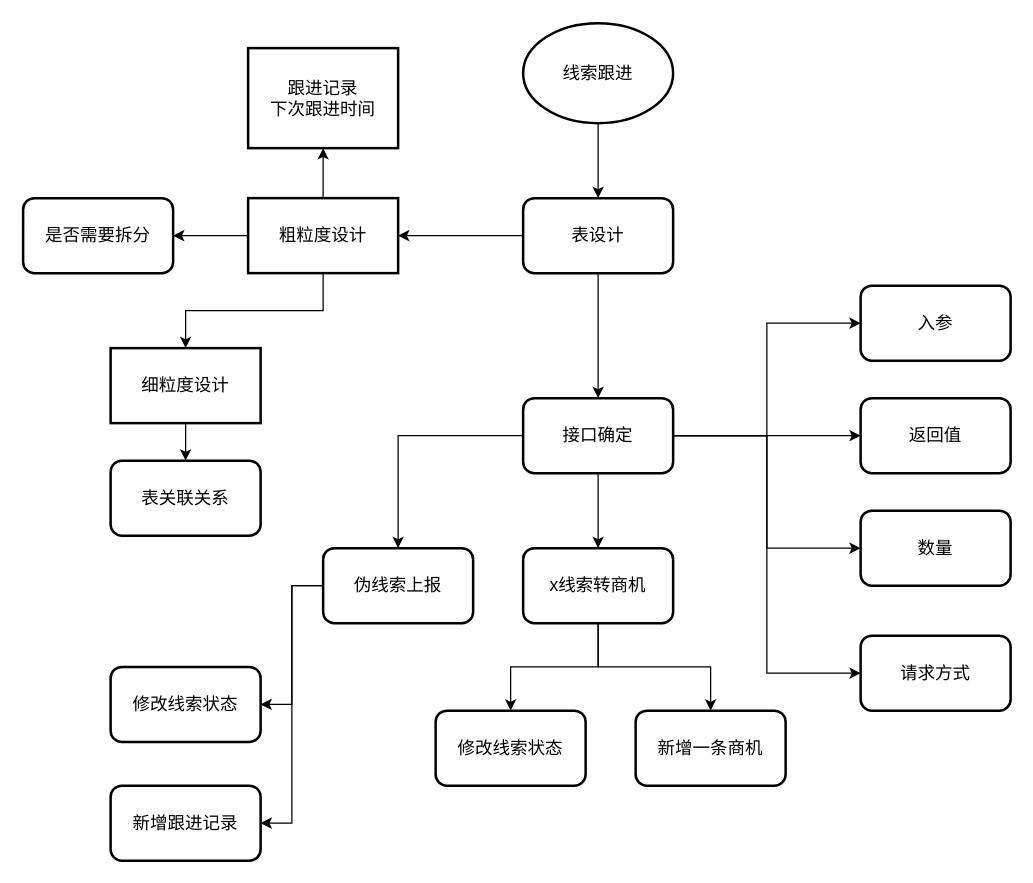
This is study_workplace/CRM/线索跟进业务逻辑梳理图.drawio from guoxinchen2g/HelloWrold, a draw.io file, before an edit. Source tidied: cells renumbered, new cells numbered last; positions are measured from the earlier drawing's top-left corner, leaving out a move shared by most shapes. Both pictures are drawn from the tidied source at 125%, with x=0, y=0 at pixel (22, 22).
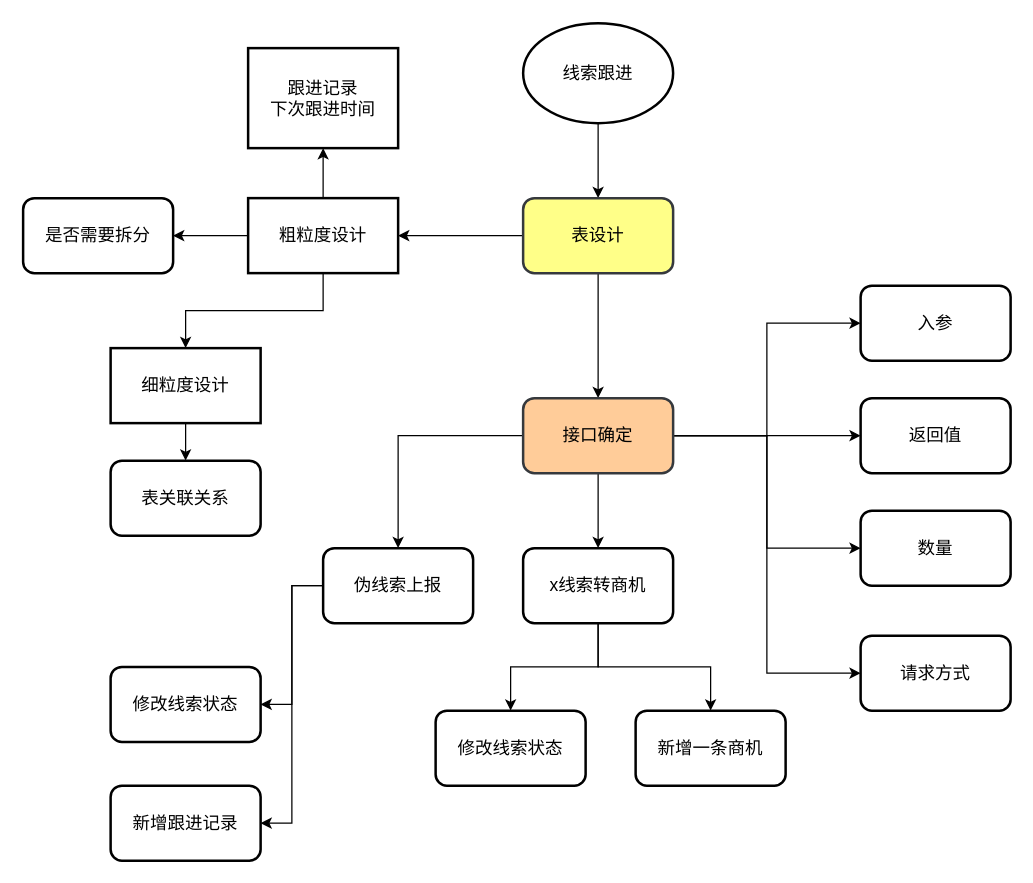
After the change.

Commit message:
更新线索跟进业务逻辑梳理图.drawio

Change to the diagram source:
```diff
@@
-    <mxCell id="6" value="表设计" style="rounded=1;whiteSpace=wrap;html=1;fontSize=14;strokeWidth=2;" parent="1" vertex="1">
+    <mxCell id="6" value="表设计" style="rounded=1;whiteSpace=wrap;html=1;fontSize=14;strokeWidth=2;fillColor=#ffff88;strokeColor=#36393d;" parent="1" vertex="1">
       <mxGeometry x="400" y="140" width="120" height="60" as="geometry" />
     </mxCell>
@@
-    <mxCell id="22" value="接口确定" style="rounded=1;whiteSpace=wrap;html=1;fontSize=14;strokeWidth=2;" parent="1" vertex="1">
+    <mxCell id="22" value="接口确定" style="rounded=1;whiteSpace=wrap;html=1;fontSize=14;strokeWidth=2;fillColor=#ffcc99;strokeColor=#36393d;" parent="1" vertex="1">
       <mxGeometry x="400" y="300" width="120" height="60" as="geometry" />
     </mxCell>
```
